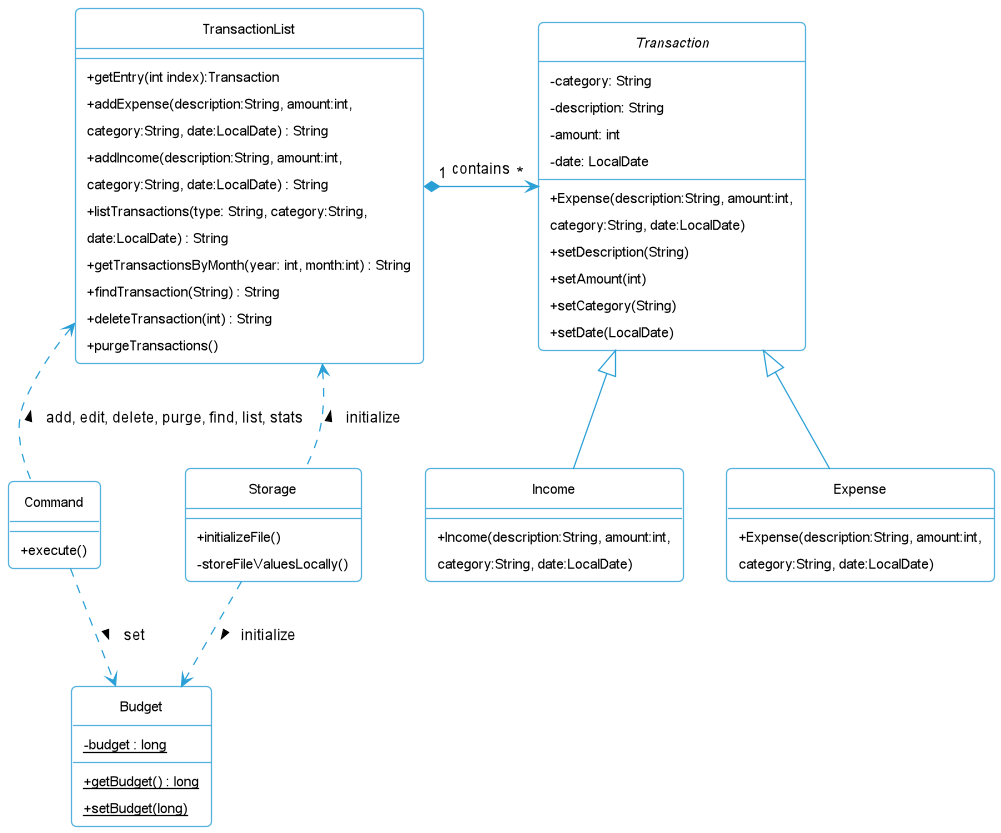
nus-cs2113-AY2223S1/tp keeps this PlantUML diagram as docs/images/DataComponentClassDiagram.png. Above is the earlier version. Its source is kept beside it as docs/diagram/DataComponentClassDiagram.puml.
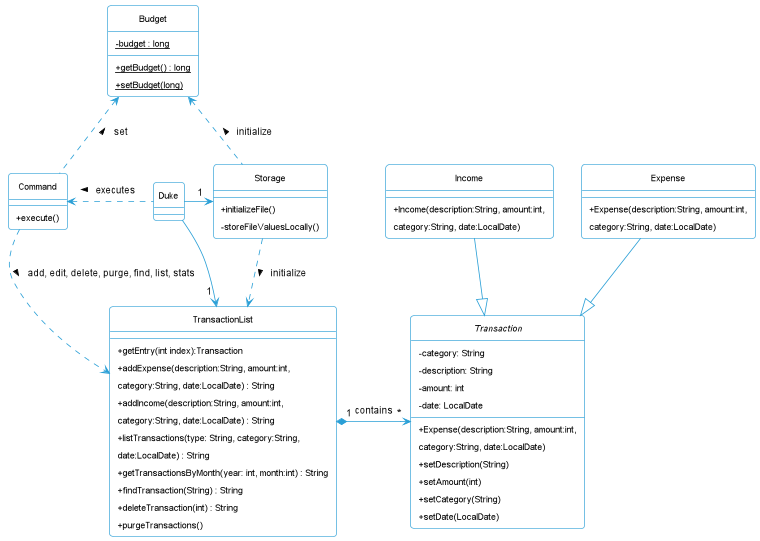
Later version of the same file.

The edit, as a diff of the source:
```diff
@@ -55,6 +55,9 @@
     + setBudget(long) {static}
 }
 
+class Duke{
+}
+
 together {
   class Command
   class Income
@@ -69,15 +72,18 @@
 }
 
 
-Income -up-|> "Transaction"
-Expense -up-|> "Transaction"
+Income --|> "Transaction"
+Expense --|> "Transaction"
 
-TransactionList "1" *-right> "*" "Transaction" : contains
-Storage -[dashed]down-> "Budget" : initialize >
-Storage -[dashed]up-> "TransactionList" : initialize >
-Command -[dashed]down-> "Budget" : set >
-Command -[dashed]up-> "TransactionList" : add, edit, delete, purge, find, list, stats >
+TransactionList "1" *-down> "*" "Transaction" : contains
+Storage -[dashed]up-> "Budget" : initialize >
+Storage -[dashed]down-> "TransactionList" : initialize >
+Command -[dashed]up-> "Budget" : set >
+Command -[dashed]right-> "TransactionList" : add, edit, delete, purge, find, list, stats >
 
+Duke -down-> "1" "TransactionList"
+Duke  -> "1" "Storage"
+Duke -[dashed]left-> "Command" : executes >
 
 
 @enduml
```
